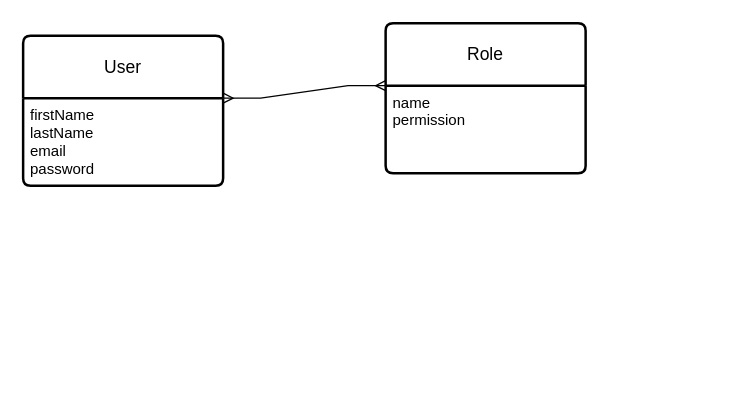
The draw.io diagram Diagrama sin título.drawio in DevOps-Inicial/app-uno, before the edit. Source tidied: cells renumbered, new cells numbered last; positions are measured from the earlier drawing's top-left corner, leaving out a move shared by most shapes. Both pictures are drawn from the tidied source at 125%, with x=0, y=0 at pixel (22, 22).
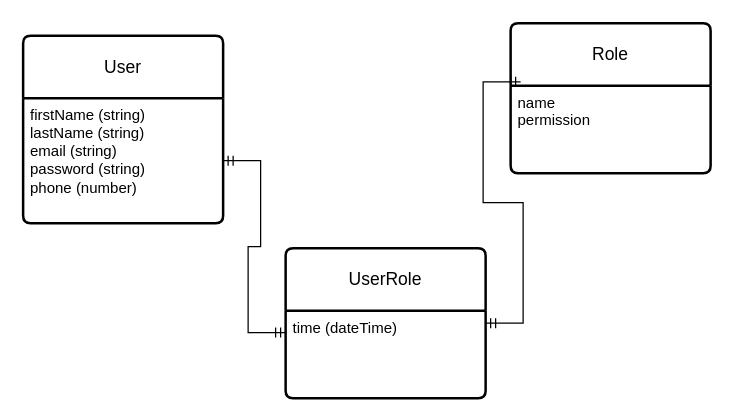
The same page after the edit.

Diff of the diagram source:
```diff
@@
 <mxGraphModel>
   <root>
     <mxCell id="0" />
     <mxCell id="1" parent="0" />
     <mxCell id="2" value="User" style="swimlane;horizontal=1;startSize=50;rounded=1;fontSize=14;fontStyle=0;strokeWidth=2;shadow=0;dashed=0;align=center;arcSize=4;whiteSpace=wrap;html=1;" parent="1" vertex="1">
-      <mxGeometry y="10" width="160" height="120" as="geometry" />
+      <mxGeometry y="10" width="160" height="150" as="geometry" />
     </mxCell>
-    <mxCell id="3" value="firstName&lt;br&gt;lastName&lt;br&gt;email&lt;br&gt;password" style="align=left;strokeColor=none;fillColor=none;spacingLeft=4;fontSize=12;verticalAlign=top;html=1;" parent="2" vertex="1">
-      <mxGeometry y="50" width="160" height="70" as="geometry" />
+    <mxCell id="3" value="firstName (string)&lt;br&gt;lastName (string)&lt;br&gt;email (string)&lt;br&gt;password (string)&lt;br&gt;phone (number)" style="align=left;strokeColor=none;fillColor=none;spacingLeft=4;fontSize=12;verticalAlign=top;html=1;" parent="2" vertex="1">
+      <mxGeometry y="50" width="160" height="100" as="geometry" />
     </mxCell>
     <mxCell id="4" value="Role" style="swimlane;horizontal=1;startSize=50;rounded=1;fontSize=14;fontStyle=0;strokeWidth=2;shadow=0;dashed=0;align=center;arcSize=4;whiteSpace=wrap;html=1;" parent="1" vertex="1">
-      <mxGeometry x="290" width="160" height="120" as="geometry" />
+      <mxGeometry x="390" width="160" height="120" as="geometry" />
     </mxCell>
     <mxCell id="5" value="name&lt;br&gt;permission" style="align=left;strokeColor=none;fillColor=none;spacingLeft=4;fontSize=12;verticalAlign=top;html=1;" parent="4" vertex="1">
       <mxGeometry y="50" width="160" height="70" as="geometry" />
     </mxCell>
-    <mxCell id="6" style="edgeStyle=entityRelationEdgeStyle;fontSize=12;html=1;endArrow=ERmany;startArrow=ERmany;rounded=0;entryX=0;entryY=0;entryDx=0;entryDy=0;exitX=1;exitY=0;exitDx=0;exitDy=0;" parent="1" edge="1" source="3" target="5">
-      <mxGeometry relative="1" as="geometry" />
-    </mxCell>
+    <mxCell id="7" value="UserRole" style="swimlane;horizontal=1;startSize=50;rounded=1;fontSize=14;fontStyle=0;strokeWidth=2;shadow=0;dashed=0;align=center;arcSize=4;whiteSpace=wrap;html=1;" parent="1" vertex="1">
+      <mxGeometry x="210" y="180" width="160" height="120" as="geometry" />
+    </mxCell>
+    <mxCell id="8" value="time (dateTime)" style="align=left;strokeColor=none;fillColor=none;spacingLeft=4;fontSize=12;verticalAlign=top;html=1;" parent="7" vertex="1">
+      <mxGeometry y="50" width="160" height="70" as="geometry" />
+    </mxCell>
+    <mxCell id="9" style="edgeStyle=entityRelationEdgeStyle;fontSize=12;html=1;endArrow=ERmandOne;startArrow=ERmandOne;rounded=0;exitX=0;exitY=0.25;exitDx=0;exitDy=0;" parent="1" edge="1" source="8" target="3">
+      <mxGeometry relative="1" as="geometry" />
+    </mxCell>
+    <mxCell id="10" style="edgeStyle=entityRelationEdgeStyle;fontSize=12;html=1;endArrow=ERmandOne;startArrow=ERmandOne;rounded=0;entryX=0.05;entryY=-0.043;entryDx=0;entryDy=0;entryPerimeter=0;exitX=1;exitY=0.5;exitDx=0;exitDy=0;" parent="1" edge="1" source="7" target="5">
+      <mxGeometry relative="1" as="geometry" />
+    </mxCell>
   </root>
 </mxGraphModel>
```
